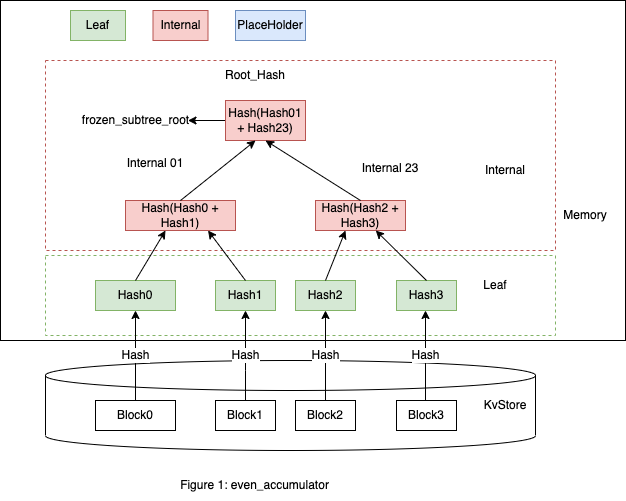
The draw.io diagram static/img/accumulator/even_accumulator.png in starcoinorg/starcoin-cookbook, before a commit. Source tidied: cells renumbered, new cells last; positions are measured from the earlier drawing's top-left corner, leaving out a move shared by most shapes.
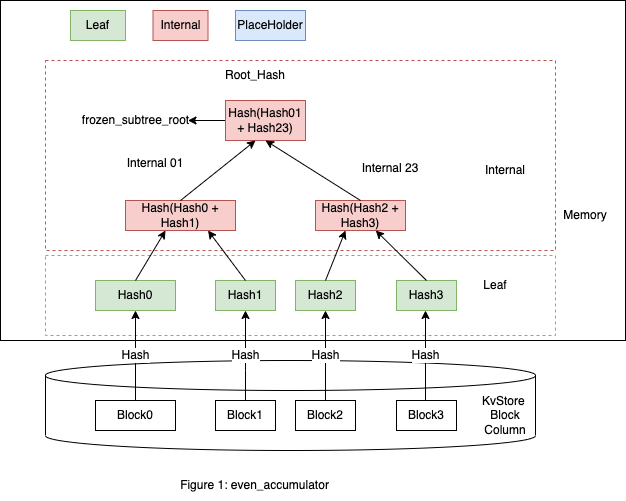
Later version of the same file.

What changed in the source:
```diff
@@ -101,8 +101,8 @@
     <mxCell id="32" value="Block3" style="rounded=0;whiteSpace=wrap;html=1;" parent="1" vertex="1">
       <mxGeometry x="396" y="400" width="60" height="30" as="geometry" />
     </mxCell>
-    <mxCell id="33" value="KvStore" style="text;html=1;strokeColor=none;fillColor=none;align=center;verticalAlign=middle;whiteSpace=wrap;rounded=0;dashed=1;fontFamily=Helvetica;fontSize=12;fontColor=default;" parent="1" vertex="1">
-      <mxGeometry x="475" y="390" width="60" height="30" as="geometry" />
+    <mxCell id="33" value="KvStore&amp;nbsp;&lt;br&gt;Block Column" style="text;html=1;strokeColor=none;fillColor=none;align=center;verticalAlign=middle;whiteSpace=wrap;rounded=0;dashed=1;fontFamily=Helvetica;fontSize=12;fontColor=default;" parent="1" vertex="1">
+      <mxGeometry x="475" y="400" width="60" height="30" as="geometry" />
     </mxCell>
     <mxCell id="34" value="Hash" style="endArrow=classic;html=1;rounded=0;fontFamily=Helvetica;fontSize=12;fontColor=default;exitX=0.5;exitY=0;exitDx=0;exitDy=0;entryX=0.5;entryY=1;entryDx=0;entryDy=0;" parent="1" edge="1" source="29" target="6">
       <mxGeometry relative="1" as="geometry" />
```
